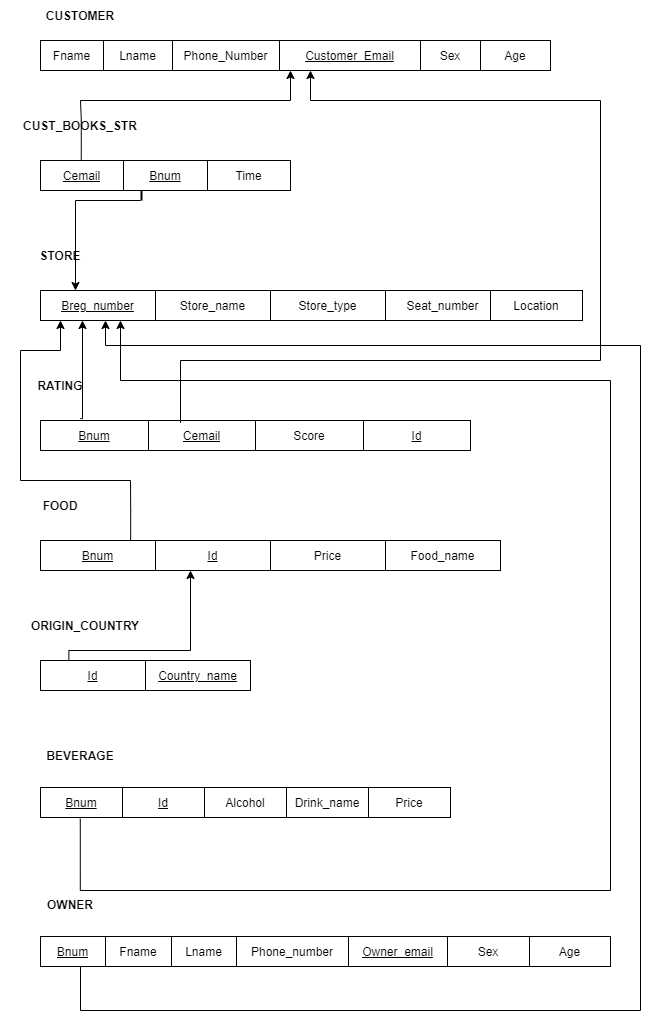
Earlier version of the draw.io export phase2/relationalModel.png (JoDongHyuen/KNUDB-20212). Source tidied: cells renumbered, new cells last; positions are measured from the earlier drawing's top-left corner, leaving out a move shared by most shapes.
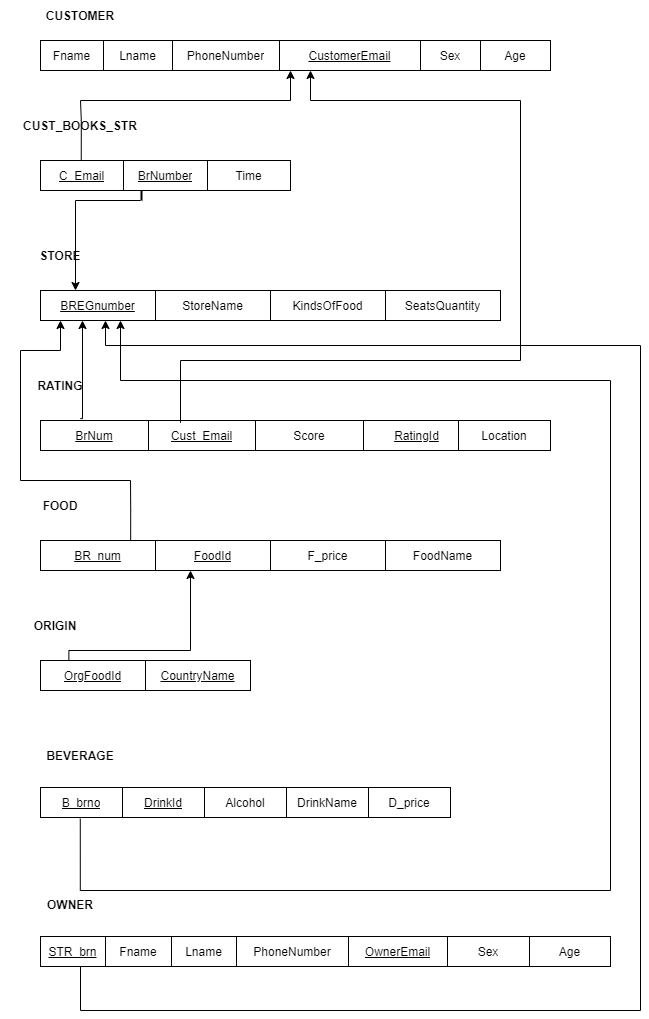
Later version of the same file.

Diff of the diagram source:
```diff
@@ -17,10 +17,10 @@
     <mxCell id="6" value="Lname" style="shape=partialRectangle;html=1;whiteSpace=wrap;overflow=hidden;fillColor=none;top=0;left=0;bottom=0;right=0;" parent="4" vertex="1">
       <mxGeometry x="63" width="69" height="30" as="geometry" />
     </mxCell>
-    <mxCell id="7" value="Phone_Number" style="shape=partialRectangle;html=1;whiteSpace=wrap;overflow=hidden;fillColor=none;top=0;left=0;bottom=0;right=0;" parent="4" vertex="1">
+    <mxCell id="7" value="PhoneNumber" style="shape=partialRectangle;html=1;whiteSpace=wrap;overflow=hidden;fillColor=none;top=0;left=0;bottom=0;right=0;" parent="4" vertex="1">
       <mxGeometry x="132" width="107" height="30" as="geometry" />
     </mxCell>
-    <mxCell id="8" value="Customer_Email" style="shape=partialRectangle;html=1;whiteSpace=wrap;overflow=hidden;fillColor=none;top=0;left=0;bottom=0;right=0;fontStyle=4;" parent="4" vertex="1">
+    <mxCell id="8" value="CustomerEmail" style="shape=partialRectangle;html=1;whiteSpace=wrap;overflow=hidden;fillColor=none;top=0;left=0;bottom=0;right=0;fontStyle=4;" parent="4" vertex="1">
       <mxGeometry x="239" width="141" height="30" as="geometry" />
     </mxCell>
     <mxCell id="9" value="Sex" style="shape=partialRectangle;html=1;whiteSpace=wrap;overflow=hidden;fillColor=none;top=0;left=0;bottom=0;right=0;" parent="4" vertex="1">
@@ -38,10 +38,10 @@
     <mxCell id="13" style="shape=partialRectangle;fillColor=none;top=0;left=0;bottom=0;right=0;points=[[0,0.5],[1,0.5]];portConstraint=eastwest;" parent="12" vertex="1">
       <mxGeometry width="250" height="30" as="geometry" />
     </mxCell>
-    <mxCell id="14" value="Cemail" style="shape=partialRectangle;html=1;whiteSpace=wrap;overflow=hidden;fillColor=none;top=0;left=0;bottom=0;right=0;fontStyle=4;" parent="13" vertex="1">
+    <mxCell id="14" value="C_Email" style="shape=partialRectangle;html=1;whiteSpace=wrap;overflow=hidden;fillColor=none;top=0;left=0;bottom=0;right=0;fontStyle=4;" parent="13" vertex="1">
       <mxGeometry width="83" height="30" as="geometry" />
     </mxCell>
-    <mxCell id="15" value="Bnum" style="shape=partialRectangle;html=1;whiteSpace=wrap;overflow=hidden;fillColor=none;top=0;left=0;bottom=0;right=0;fontStyle=4;" parent="13" vertex="1">
+    <mxCell id="15" value="BrNumber" style="shape=partialRectangle;html=1;whiteSpace=wrap;overflow=hidden;fillColor=none;top=0;left=0;bottom=0;right=0;fontStyle=4;" parent="13" vertex="1">
       <mxGeometry x="83" width="84" height="30" as="geometry" />
     </mxCell>
     <mxCell id="16" value="Time" style="shape=partialRectangle;html=1;whiteSpace=wrap;overflow=hidden;fillColor=none;top=0;left=0;bottom=0;right=0;" parent="13" vertex="1">
@@ -53,16 +53,16 @@
     <mxCell id="18" style="shape=partialRectangle;fillColor=none;top=0;left=0;bottom=0;right=0;" parent="17" vertex="1">
       <mxGeometry width="460" height="30" as="geometry" />
     </mxCell>
-    <mxCell id="19" value="Breg_number" style="shape=partialRectangle;html=1;whiteSpace=wrap;overflow=hidden;fillColor=none;top=0;left=0;bottom=0;right=0;fontStyle=4;" parent="18" vertex="1">
+    <mxCell id="19" value="BREGnumber" style="shape=partialRectangle;html=1;whiteSpace=wrap;overflow=hidden;fillColor=none;top=0;left=0;bottom=0;right=0;fontStyle=4;" parent="18" vertex="1">
       <mxGeometry width="115" height="30" as="geometry" />
     </mxCell>
-    <mxCell id="20" value="Store_name" style="shape=partialRectangle;html=1;whiteSpace=wrap;overflow=hidden;fillColor=none;top=0;left=0;bottom=0;right=0;" parent="18" vertex="1">
+    <mxCell id="20" value="StoreName" style="shape=partialRectangle;html=1;whiteSpace=wrap;overflow=hidden;fillColor=none;top=0;left=0;bottom=0;right=0;" parent="18" vertex="1">
       <mxGeometry x="115" width="115" height="30" as="geometry" />
     </mxCell>
-    <mxCell id="21" value="Store_type" style="shape=partialRectangle;html=1;whiteSpace=wrap;overflow=hidden;fillColor=none;top=0;left=0;bottom=0;right=0;" parent="18" vertex="1">
+    <mxCell id="21" value="KindsOfFood" style="shape=partialRectangle;html=1;whiteSpace=wrap;overflow=hidden;fillColor=none;top=0;left=0;bottom=0;right=0;" parent="18" vertex="1">
       <mxGeometry x="230" width="115" height="30" as="geometry" />
     </mxCell>
-    <mxCell id="22" value="Seat_number" style="shape=partialRectangle;html=1;whiteSpace=wrap;overflow=hidden;fillColor=none;top=0;left=0;bottom=0;right=0;" parent="18" vertex="1">
+    <mxCell id="22" value="SeatsQuantity" style="shape=partialRectangle;html=1;whiteSpace=wrap;overflow=hidden;fillColor=none;top=0;left=0;bottom=0;right=0;" parent="18" vertex="1">
       <mxGeometry x="345" width="115" height="30" as="geometry" />
     </mxCell>
     <mxCell id="23" value="STORE" style="text;html=1;strokeColor=none;fillColor=none;align=center;verticalAlign=middle;whiteSpace=wrap;rounded=0;fontStyle=1;" parent="1" vertex="1">
@@ -74,16 +74,16 @@
     <mxCell id="25" style="shape=partialRectangle;fillColor=none;top=0;left=0;bottom=0;right=0;" parent="24" vertex="1">
       <mxGeometry width="430" height="30" as="geometry" />
     </mxCell>
-    <mxCell id="26" value="Bnum" style="shape=partialRectangle;html=1;whiteSpace=wrap;overflow=hidden;fillColor=none;top=0;left=0;bottom=0;right=0;fontStyle=4;" parent="25" vertex="1">
+    <mxCell id="26" value="BrNum" style="shape=partialRectangle;html=1;whiteSpace=wrap;overflow=hidden;fillColor=none;top=0;left=0;bottom=0;right=0;fontStyle=4;" parent="25" vertex="1">
       <mxGeometry width="108" height="30" as="geometry" />
     </mxCell>
-    <mxCell id="27" value="Cemail" style="shape=partialRectangle;html=1;whiteSpace=wrap;overflow=hidden;fillColor=none;top=0;left=0;bottom=0;right=0;fontStyle=4;" parent="25" vertex="1">
+    <mxCell id="27" value="Cust_Email" style="shape=partialRectangle;html=1;whiteSpace=wrap;overflow=hidden;fillColor=none;top=0;left=0;bottom=0;right=0;fontStyle=4;" parent="25" vertex="1">
       <mxGeometry x="108" width="107" height="30" as="geometry" />
     </mxCell>
     <mxCell id="28" value="Score" style="shape=partialRectangle;html=1;whiteSpace=wrap;overflow=hidden;fillColor=none;top=0;left=0;bottom=0;right=0;" parent="25" vertex="1">
       <mxGeometry x="215" width="108" height="30" as="geometry" />
     </mxCell>
-    <mxCell id="29" value="Id" style="shape=partialRectangle;html=1;whiteSpace=wrap;overflow=hidden;fillColor=none;top=0;left=0;bottom=0;right=0;fontStyle=4;" parent="25" vertex="1">
+    <mxCell id="29" value="RatingId" style="shape=partialRectangle;html=1;whiteSpace=wrap;overflow=hidden;fillColor=none;top=0;left=0;bottom=0;right=0;fontStyle=4;" parent="25" vertex="1">
       <mxGeometry x="323" width="107" height="30" as="geometry" />
     </mxCell>
     <mxCell id="30" value="RATING" style="text;html=1;strokeColor=none;fillColor=none;align=center;verticalAlign=middle;whiteSpace=wrap;rounded=0;fontStyle=1;" parent="1" vertex="1">
@@ -95,23 +95,23 @@
     <mxCell id="32" style="shape=partialRectangle;fillColor=none;top=0;left=0;bottom=0;right=0;points=[[0,0.5],[1,0.5]];portConstraint=eastwest;" parent="31" vertex="1">
       <mxGeometry width="460" height="30" as="geometry" />
     </mxCell>
-    <mxCell id="33" value="Bnum" style="shape=partialRectangle;html=1;whiteSpace=wrap;overflow=hidden;fillColor=none;top=0;left=0;bottom=0;right=0;fontStyle=4;" parent="32" vertex="1">
+    <mxCell id="33" value="BR_num" style="shape=partialRectangle;html=1;whiteSpace=wrap;overflow=hidden;fillColor=none;top=0;left=0;bottom=0;right=0;fontStyle=4;" parent="32" vertex="1">
       <mxGeometry width="115" height="30" as="geometry" />
     </mxCell>
-    <mxCell id="34" value="Id" style="shape=partialRectangle;html=1;whiteSpace=wrap;overflow=hidden;fillColor=none;top=0;left=0;bottom=0;right=0;fontStyle=4;" parent="32" vertex="1">
+    <mxCell id="34" value="FoodId" style="shape=partialRectangle;html=1;whiteSpace=wrap;overflow=hidden;fillColor=none;top=0;left=0;bottom=0;right=0;fontStyle=4;" parent="32" vertex="1">
       <mxGeometry x="115" width="115" height="30" as="geometry" />
     </mxCell>
-    <mxCell id="35" value="Price" style="shape=partialRectangle;html=1;whiteSpace=wrap;overflow=hidden;fillColor=none;top=0;left=0;bottom=0;right=0;" parent="32" vertex="1">
+    <mxCell id="35" value="F_price" style="shape=partialRectangle;html=1;whiteSpace=wrap;overflow=hidden;fillColor=none;top=0;left=0;bottom=0;right=0;" parent="32" vertex="1">
       <mxGeometry x="230" width="115" height="30" as="geometry" />
     </mxCell>
-    <mxCell id="36" value="Food_name" style="shape=partialRectangle;html=1;whiteSpace=wrap;overflow=hidden;fillColor=none;top=0;left=0;bottom=0;right=0;fontStyle=0;" parent="32" vertex="1">
+    <mxCell id="36" value="FoodName" style="shape=partialRectangle;html=1;whiteSpace=wrap;overflow=hidden;fillColor=none;top=0;left=0;bottom=0;right=0;fontStyle=0;" parent="32" vertex="1">
       <mxGeometry x="345" width="115" height="30" as="geometry" />
     </mxCell>
     <mxCell id="37" value="FOOD" style="text;html=1;strokeColor=none;fillColor=none;align=center;verticalAlign=middle;whiteSpace=wrap;rounded=0;fontStyle=1;" parent="1" vertex="1">
       <mxGeometry x="20" y="490" width="80" height="30" as="geometry" />
     </mxCell>
-    <mxCell id="38" value="ORIGIN_COUNTRY" style="text;html=1;strokeColor=none;fillColor=none;align=center;verticalAlign=middle;whiteSpace=wrap;rounded=0;fontStyle=1;" parent="1" vertex="1">
-      <mxGeometry y="610" width="170" height="30" as="geometry" />
+    <mxCell id="38" value="ORIGIN" style="text;html=1;strokeColor=none;fillColor=none;align=center;verticalAlign=middle;whiteSpace=wrap;rounded=0;fontStyle=1;" parent="1" vertex="1">
+      <mxGeometry y="610" width="110" height="30" as="geometry" />
     </mxCell>
     <mxCell id="39" style="shape=table;startSize=0;" parent="1" vertex="1">
       <mxGeometry x="40" y="660" width="210" height="30" as="geometry" />
@@ -119,10 +119,10 @@
     <mxCell id="40" style="shape=partialRectangle;fillColor=none;top=0;left=0;bottom=0;right=0;points=[[0,0.5],[1,0.5]];portConstraint=eastwest;" parent="39" vertex="1">
       <mxGeometry width="210" height="30" as="geometry" />
     </mxCell>
-    <mxCell id="41" value="Id" style="shape=partialRectangle;html=1;whiteSpace=wrap;overflow=hidden;fillColor=none;top=0;left=0;bottom=0;right=0;fontStyle=4;" parent="40" vertex="1">
+    <mxCell id="41" value="OrgFoodId" style="shape=partialRectangle;html=1;whiteSpace=wrap;overflow=hidden;fillColor=none;top=0;left=0;bottom=0;right=0;fontStyle=4;" parent="40" vertex="1">
       <mxGeometry width="105" height="30" as="geometry" />
     </mxCell>
-    <mxCell id="42" value="Country_name" style="shape=partialRectangle;html=1;whiteSpace=wrap;overflow=hidden;fillColor=none;top=0;left=0;bottom=0;right=0;fontStyle=4;" parent="40" vertex="1">
+    <mxCell id="42" value="CountryName" style="shape=partialRectangle;html=1;whiteSpace=wrap;overflow=hidden;fillColor=none;top=0;left=0;bottom=0;right=0;fontStyle=4;" parent="40" vertex="1">
       <mxGeometry x="105" width="105" height="30" as="geometry" />
     </mxCell>
     <mxCell id="43" value="BEVERAGE" style="text;html=1;strokeColor=none;fillColor=none;align=center;verticalAlign=middle;whiteSpace=wrap;rounded=0;fontStyle=1;" parent="1" vertex="1">
@@ -134,19 +134,19 @@
     <mxCell id="45" style="shape=partialRectangle;fillColor=none;top=0;left=0;bottom=0;right=0;points=[[0,0.5],[1,0.5]];portConstraint=eastwest;" parent="44" vertex="1">
       <mxGeometry width="410" height="30" as="geometry" />
     </mxCell>
-    <mxCell id="46" value="Bnum" style="shape=partialRectangle;html=1;whiteSpace=wrap;overflow=hidden;fillColor=none;top=0;left=0;bottom=0;right=0;fontStyle=4;" parent="45" vertex="1">
+    <mxCell id="46" value="B_brno" style="shape=partialRectangle;html=1;whiteSpace=wrap;overflow=hidden;fillColor=none;top=0;left=0;bottom=0;right=0;fontStyle=4;" parent="45" vertex="1">
       <mxGeometry width="82" height="30" as="geometry" />
     </mxCell>
-    <mxCell id="47" value="Id" style="shape=partialRectangle;html=1;whiteSpace=wrap;overflow=hidden;fillColor=none;top=0;left=0;bottom=0;right=0;fontStyle=4;" parent="45" vertex="1">
+    <mxCell id="47" value="DrinkId" style="shape=partialRectangle;html=1;whiteSpace=wrap;overflow=hidden;fillColor=none;top=0;left=0;bottom=0;right=0;fontStyle=4;" parent="45" vertex="1">
       <mxGeometry x="82" width="82" height="30" as="geometry" />
     </mxCell>
     <mxCell id="48" value="Alcohol" style="shape=partialRectangle;html=1;whiteSpace=wrap;overflow=hidden;fillColor=none;top=0;left=0;bottom=0;right=0;" parent="45" vertex="1">
       <mxGeometry x="164" width="82" height="30" as="geometry" />
     </mxCell>
-    <mxCell id="49" value="Drink_name" style="shape=partialRectangle;html=1;whiteSpace=wrap;overflow=hidden;fillColor=none;top=0;left=0;bottom=0;right=0;" parent="45" vertex="1">
+    <mxCell id="49" value="DrinkName" style="shape=partialRectangle;html=1;whiteSpace=wrap;overflow=hidden;fillColor=none;top=0;left=0;bottom=0;right=0;" parent="45" vertex="1">
       <mxGeometry x="246" width="82" height="30" as="geometry" />
     </mxCell>
-    <mxCell id="50" value="Price" style="shape=partialRectangle;html=1;whiteSpace=wrap;overflow=hidden;fillColor=none;top=0;left=0;bottom=0;right=0;" parent="45" vertex="1">
+    <mxCell id="50" value="D_price" style="shape=partialRectangle;html=1;whiteSpace=wrap;overflow=hidden;fillColor=none;top=0;left=0;bottom=0;right=0;" parent="45" vertex="1">
       <mxGeometry x="328" width="82" height="30" as="geometry" />
     </mxCell>
     <mxCell id="51" style="shape=table;startSize=0;" parent="1" vertex="1">
@@ -155,7 +155,7 @@
     <mxCell id="52" style="shape=partialRectangle;fillColor=none;top=0;left=0;bottom=0;right=0;" parent="51" vertex="1">
       <mxGeometry width="570" height="30" as="geometry" />
     </mxCell>
-    <mxCell id="53" value="Bnum" style="shape=partialRectangle;html=1;whiteSpace=wrap;overflow=hidden;fillColor=none;top=0;left=0;bottom=0;right=0;fontStyle=4;" parent="52" vertex="1">
+    <mxCell id="53" value="STR_brn" style="shape=partialRectangle;html=1;whiteSpace=wrap;overflow=hidden;fillColor=none;top=0;left=0;bottom=0;right=0;fontStyle=4;" parent="52" vertex="1">
       <mxGeometry width="65" height="30" as="geometry" />
     </mxCell>
     <mxCell id="54" value="Fname" style="shape=partialRectangle;html=1;whiteSpace=wrap;overflow=hidden;fillColor=none;top=0;left=0;bottom=0;right=0;" parent="52" vertex="1">
@@ -164,10 +164,10 @@
     <mxCell id="55" value="Lname" style="shape=partialRectangle;html=1;whiteSpace=wrap;overflow=hidden;fillColor=none;top=0;left=0;bottom=0;right=0;" parent="52" vertex="1">
       <mxGeometry x="131" width="65" height="30" as="geometry" />
     </mxCell>
-    <mxCell id="56" value="Phone_number" style="shape=partialRectangle;html=1;whiteSpace=wrap;overflow=hidden;fillColor=none;top=0;left=0;bottom=0;right=0;" parent="52" vertex="1">
+    <mxCell id="56" value="PhoneNumber" style="shape=partialRectangle;html=1;whiteSpace=wrap;overflow=hidden;fillColor=none;top=0;left=0;bottom=0;right=0;" parent="52" vertex="1">
       <mxGeometry x="196" width="112" height="30" as="geometry" />
     </mxCell>
-    <mxCell id="57" value="Owner_email" style="shape=partialRectangle;html=1;whiteSpace=wrap;overflow=hidden;fillColor=none;top=0;left=0;bottom=0;right=0;fontStyle=4;" parent="52" vertex="1">
+    <mxCell id="57" value="OwnerEmail" style="shape=partialRectangle;html=1;whiteSpace=wrap;overflow=hidden;fillColor=none;top=0;left=0;bottom=0;right=0;fontStyle=4;" parent="52" vertex="1">
       <mxGeometry x="308" width="99" height="30" as="geometry" />
     </mxCell>
     <mxCell id="58" value="Sex" style="shape=partialRectangle;html=1;whiteSpace=wrap;overflow=hidden;fillColor=none;top=0;left=0;bottom=0;right=0;" parent="52" vertex="1">
@@ -180,7 +180,7 @@
       <mxGeometry y="889" width="140" height="30" as="geometry" />
     </mxCell>
     <mxCell id="61" value="Location" style="rounded=0;whiteSpace=wrap;html=1;" parent="1" vertex="1">
-      <mxGeometry x="490" y="290" width="92" height="30" as="geometry" />
+      <mxGeometry x="458" y="420" width="92" height="30" as="geometry" />
     </mxCell>
     <mxCell id="62" style="endArrow=classic;html=1;rounded=0;edgeStyle=orthogonalEdgeStyle;exitX=0.163;exitY=0.006;exitDx=0;exitDy=0;exitPerimeter=0;" parent="1" edge="1" source="13">
       <mxGeometry relative="1" as="geometry">
@@ -210,7 +210,7 @@
     </mxCell>
     <mxCell id="66" style="edgeStyle=elbowEdgeStyle;elbow=vertical;endArrow=classic;html=1;rounded=0;" parent="1" edge="1">
       <mxGeometry relative="1" as="geometry">
-        <mxPoint x="600" y="360" as="sourcePoint" />
+        <mxPoint x="520" y="360" as="sourcePoint" />
         <mxPoint x="310" y="70" as="targetPoint" />
         <Array as="points">
           <mxPoint x="420" y="100" />
@@ -221,7 +221,7 @@
     <mxCell id="67" style="endArrow=none;html=1;rounded=0;edgeStyle=orthogonalEdgeStyle;" parent="1" edge="1">
       <mxGeometry relative="1" as="geometry">
         <mxPoint x="180" y="420" as="sourcePoint" />
-        <mxPoint x="600" y="360" as="targetPoint" />
+        <mxPoint x="520" y="360" as="targetPoint" />
         <Array as="points">
           <mxPoint x="180" y="422" />
           <mxPoint x="180" y="360" />
```
